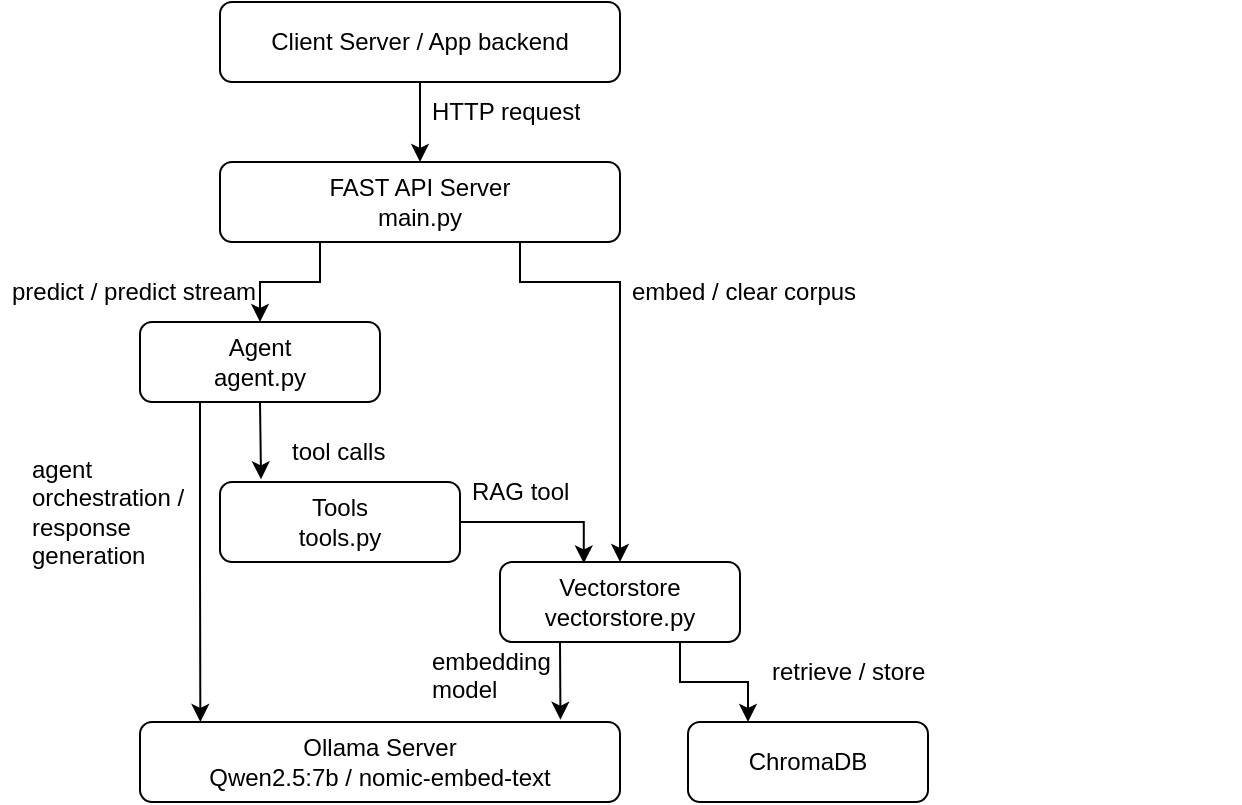
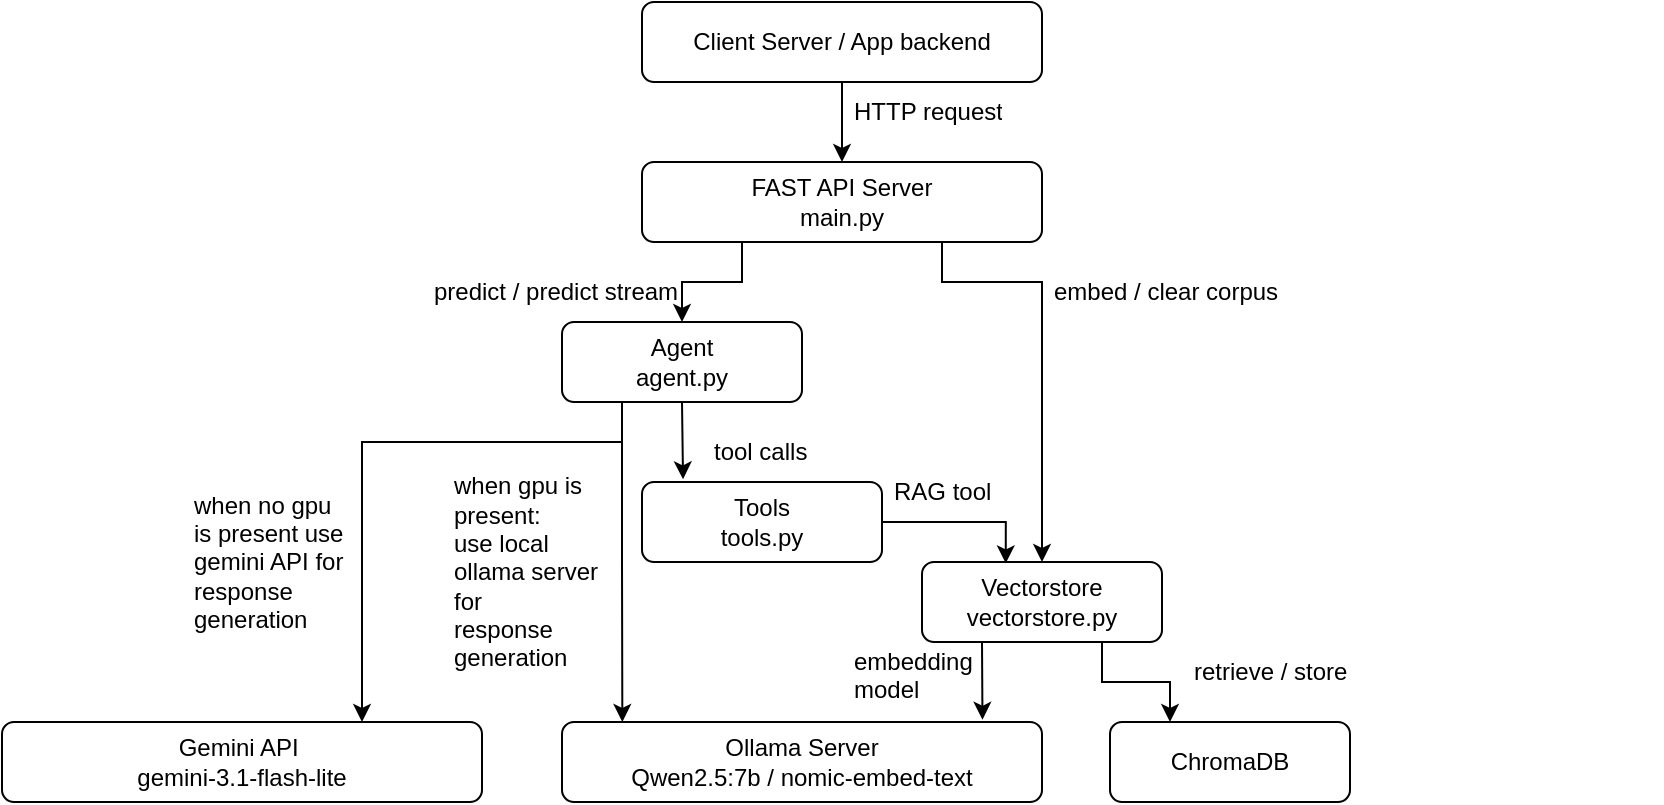
<mxfile host="Electron" agent="Mozilla/5.0 (Windows NT 10.0; Win64; x64) AppleWebKit/537.36 (KHTML, like Gecko) draw.io/26.2.2 Chrome/134.0.6998.178 Electron/35.1.2 Safari/537.36" version="26.2.2">
  <diagram id="C5RBs43oDa-KdzZeNtuy" name="Page-1">
    <mxGraphModel dx="1428" dy="841" grid="1" gridSize="10" guides="1" tooltips="1" connect="1" arrows="1" fold="1" page="1" pageScale="1" pageWidth="827" pageHeight="1169" math="0" shadow="0">
      <root>
        <mxCell id="WIyWlLk6GJQsqaUBKTNV-0" />
        <mxCell id="WIyWlLk6GJQsqaUBKTNV-1" parent="WIyWlLk6GJQsqaUBKTNV-0" />
        <mxCell id="hysvKyFLoEm_PwmH-Lzk-20" style="edgeStyle=orthogonalEdgeStyle;rounded=0;orthogonalLoop=1;jettySize=auto;html=1;exitX=0.5;exitY=1;exitDx=0;exitDy=0;entryX=0.5;entryY=0;entryDx=0;entryDy=0;" parent="WIyWlLk6GJQsqaUBKTNV-1" source="WIyWlLk6GJQsqaUBKTNV-3" target="WIyWlLk6GJQsqaUBKTNV-7" edge="1">
          <mxGeometry relative="1" as="geometry" />
        </mxCell>
        <mxCell id="WIyWlLk6GJQsqaUBKTNV-3" value="Client Server / App backend" style="rounded=1;whiteSpace=wrap;html=1;fontSize=12;glass=0;strokeWidth=1;shadow=0;" parent="WIyWlLk6GJQsqaUBKTNV-1" vertex="1">
-           <mxGeometry x="120" y="80" width="200" height="40" as="geometry" />
+           <mxGeometry x="380" y="70" width="200" height="40" as="geometry" />
        </mxCell>
        <mxCell id="hysvKyFLoEm_PwmH-Lzk-22" style="edgeStyle=orthogonalEdgeStyle;rounded=0;orthogonalLoop=1;jettySize=auto;html=1;exitX=0.75;exitY=1;exitDx=0;exitDy=0;" parent="WIyWlLk6GJQsqaUBKTNV-1" source="WIyWlLk6GJQsqaUBKTNV-7" target="hysvKyFLoEm_PwmH-Lzk-1" edge="1">
          <mxGeometry relative="1" as="geometry">
            <Array as="points">
-               <mxPoint x="270" y="220" />
-               <mxPoint x="320" y="220" />
+               <mxPoint x="530" y="210" />
+               <mxPoint x="580" y="210" />
            </Array>
          </mxGeometry>
        </mxCell>
        <mxCell id="hysvKyFLoEm_PwmH-Lzk-29" style="edgeStyle=orthogonalEdgeStyle;rounded=0;orthogonalLoop=1;jettySize=auto;html=1;exitX=0.25;exitY=1;exitDx=0;exitDy=0;entryX=0.5;entryY=0;entryDx=0;entryDy=0;" parent="WIyWlLk6GJQsqaUBKTNV-1" source="WIyWlLk6GJQsqaUBKTNV-7" target="hysvKyFLoEm_PwmH-Lzk-0" edge="1">
          <mxGeometry relative="1" as="geometry" />
        </mxCell>
        <mxCell id="WIyWlLk6GJQsqaUBKTNV-7" value="FAST API Server&lt;div&gt;main.py&lt;/div&gt;" style="rounded=1;whiteSpace=wrap;html=1;fontSize=12;glass=0;strokeWidth=1;shadow=0;" parent="WIyWlLk6GJQsqaUBKTNV-1" vertex="1">
-           <mxGeometry x="120" y="160" width="200" height="40" as="geometry" />
+           <mxGeometry x="380" y="150" width="200" height="40" as="geometry" />
        </mxCell>
        <mxCell id="hysvKyFLoEm_PwmH-Lzk-31" style="edgeStyle=orthogonalEdgeStyle;rounded=0;orthogonalLoop=1;jettySize=auto;html=1;exitX=0.25;exitY=1;exitDx=0;exitDy=0;" parent="WIyWlLk6GJQsqaUBKTNV-1" source="hysvKyFLoEm_PwmH-Lzk-0" edge="1">
          <mxGeometry relative="1" as="geometry">
-             <mxPoint x="110.17241379310349" y="440" as="targetPoint" />
+             <mxPoint x="370.1724137931035" y="430" as="targetPoint" />
          </mxGeometry>
        </mxCell>
        <mxCell id="hysvKyFLoEm_PwmH-Lzk-0" value="Agent&lt;div&gt;agent.py&lt;/div&gt;" style="rounded=1;whiteSpace=wrap;html=1;fontSize=12;glass=0;strokeWidth=1;shadow=0;" parent="WIyWlLk6GJQsqaUBKTNV-1" vertex="1">
-           <mxGeometry x="80" y="240" width="120" height="40" as="geometry" />
+           <mxGeometry x="340" y="230" width="120" height="40" as="geometry" />
        </mxCell>
        <mxCell id="hysvKyFLoEm_PwmH-Lzk-28" style="edgeStyle=orthogonalEdgeStyle;rounded=0;orthogonalLoop=1;jettySize=auto;html=1;exitX=0.75;exitY=1;exitDx=0;exitDy=0;entryX=0.25;entryY=0;entryDx=0;entryDy=0;" parent="WIyWlLk6GJQsqaUBKTNV-1" source="hysvKyFLoEm_PwmH-Lzk-1" target="hysvKyFLoEm_PwmH-Lzk-9" edge="1">
          <mxGeometry relative="1" as="geometry" />
        </mxCell>
        <mxCell id="hysvKyFLoEm_PwmH-Lzk-1" value="Vectorstore&lt;div&gt;vectorstore.py&lt;/div&gt;" style="rounded=1;whiteSpace=wrap;html=1;fontSize=12;glass=0;strokeWidth=1;shadow=0;" parent="WIyWlLk6GJQsqaUBKTNV-1" vertex="1">
-           <mxGeometry x="260" y="360" width="120" height="40" as="geometry" />
+           <mxGeometry x="520" y="350" width="120" height="40" as="geometry" />
        </mxCell>
        <mxCell id="hysvKyFLoEm_PwmH-Lzk-2" value="Ollama Server&lt;div&gt;&lt;span style=&quot;background-color: transparent; color: light-dark(rgb(0, 0, 0), rgb(255, 255, 255));&quot;&gt;Qwen2.5:7b / nomic-embed-text&lt;/span&gt;&lt;/div&gt;" style="rounded=1;whiteSpace=wrap;html=1;fontSize=12;glass=0;strokeWidth=1;shadow=0;" parent="WIyWlLk6GJQsqaUBKTNV-1" vertex="1">
-           <mxGeometry x="80" y="440" width="240" height="40" as="geometry" />
+           <mxGeometry x="340" y="430" width="240" height="40" as="geometry" />
        </mxCell>
        <mxCell id="hysvKyFLoEm_PwmH-Lzk-25" style="edgeStyle=orthogonalEdgeStyle;rounded=0;orthogonalLoop=1;jettySize=auto;html=1;exitX=1;exitY=0.5;exitDx=0;exitDy=0;entryX=0.349;entryY=0.017;entryDx=0;entryDy=0;entryPerimeter=0;" parent="WIyWlLk6GJQsqaUBKTNV-1" source="hysvKyFLoEm_PwmH-Lzk-3" target="hysvKyFLoEm_PwmH-Lzk-1" edge="1">
          <mxGeometry relative="1" as="geometry">
-             <mxPoint x="300" y="340" as="targetPoint" />
+             <mxPoint x="560" y="330" as="targetPoint" />
          </mxGeometry>
        </mxCell>
        <mxCell id="hysvKyFLoEm_PwmH-Lzk-3" value="Tools&lt;div&gt;tools.py&lt;/div&gt;" style="rounded=1;whiteSpace=wrap;html=1;fontSize=12;glass=0;strokeWidth=1;shadow=0;" parent="WIyWlLk6GJQsqaUBKTNV-1" vertex="1">
-           <mxGeometry x="120" y="320" width="120" height="40" as="geometry" />
+           <mxGeometry x="380" y="310" width="120" height="40" as="geometry" />
        </mxCell>
        <mxCell id="hysvKyFLoEm_PwmH-Lzk-9" value="ChromaDB" style="rounded=1;whiteSpace=wrap;html=1;fontSize=12;glass=0;strokeWidth=1;shadow=0;" parent="WIyWlLk6GJQsqaUBKTNV-1" vertex="1">
-           <mxGeometry x="354" y="440" width="120" height="40" as="geometry" />
+           <mxGeometry x="614" y="430" width="120" height="40" as="geometry" />
        </mxCell>
        <mxCell id="hysvKyFLoEm_PwmH-Lzk-34" style="edgeStyle=orthogonalEdgeStyle;rounded=0;orthogonalLoop=1;jettySize=auto;html=1;exitX=0.25;exitY=1;exitDx=0;exitDy=0;entryX=0.876;entryY=-0.028;entryDx=0;entryDy=0;entryPerimeter=0;" parent="WIyWlLk6GJQsqaUBKTNV-1" source="hysvKyFLoEm_PwmH-Lzk-1" target="hysvKyFLoEm_PwmH-Lzk-2" edge="1">
          <mxGeometry relative="1" as="geometry" />
        </mxCell>
        <mxCell id="hysvKyFLoEm_PwmH-Lzk-35" value="HTTP request" style="text;strokeColor=none;fillColor=none;align=left;verticalAlign=middle;spacingLeft=4;spacingRight=4;overflow=hidden;points=[[0,0.5],[1,0.5]];portConstraint=eastwest;rotatable=0;whiteSpace=wrap;html=1;" parent="WIyWlLk6GJQsqaUBKTNV-1" vertex="1">
-           <mxGeometry x="220" y="120" width="240" height="30" as="geometry" />
+           <mxGeometry x="480" y="110" width="240" height="30" as="geometry" />
        </mxCell>
        <mxCell id="hysvKyFLoEm_PwmH-Lzk-39" style="edgeStyle=orthogonalEdgeStyle;rounded=0;orthogonalLoop=1;jettySize=auto;html=1;exitX=0.5;exitY=1;exitDx=0;exitDy=0;entryX=0.171;entryY=-0.034;entryDx=0;entryDy=0;entryPerimeter=0;" parent="WIyWlLk6GJQsqaUBKTNV-1" source="hysvKyFLoEm_PwmH-Lzk-0" target="hysvKyFLoEm_PwmH-Lzk-3" edge="1">
          <mxGeometry relative="1" as="geometry" />
        </mxCell>
        <mxCell id="hysvKyFLoEm_PwmH-Lzk-45" value="embed / clear corpus&lt;span style=&quot;color: rgba(0, 0, 0, 0); font-family: monospace; font-size: 0px; text-wrap-mode: nowrap;&quot;&gt;%3CmxGraphModel%3E%3Croot%3E%3CmxCell%20id%3D%220%22%2F%3E%3CmxCell%20id%3D%221%22%20parent%3D%220%22%2F%3E%3CmxCell%20id%3D%222%22%20value%3D%22HTTP%20request%22%20style%3D%22text%3BstrokeColor%3Dnone%3BfillColor%3Dnone%3Balign%3Dleft%3BverticalAlign%3Dmiddle%3BspacingLeft%3D4%3BspacingRight%3D4%3Boverflow%3Dhidden%3Bpoints%3D%5B%5B0%2C0.5%5D%2C%5B1%2C0.5%5D%5D%3BportConstraint%3Deastwest%3Brotatable%3D0%3BwhiteSpace%3Dwrap%3Bhtml%3D1%3B%22%20vertex%3D%221%22%20parent%3D%221%22%3E%3CmxGeometry%20x%3D%22220%22%20y%3D%22120%22%20width%3D%22240%22%20height%3D%2230%22%20as%3D%22geometry%22%2F%3E%3C%2FmxCell%3E%3C%2Froot%3E%3C%2FmxGraphModel%3E&lt;/span&gt;" style="text;strokeColor=none;fillColor=none;align=left;verticalAlign=middle;spacingLeft=4;spacingRight=4;overflow=hidden;points=[[0,0.5],[1,0.5]];portConstraint=eastwest;rotatable=0;whiteSpace=wrap;html=1;" parent="WIyWlLk6GJQsqaUBKTNV-1" vertex="1">
-           <mxGeometry x="320" y="210" width="240" height="30" as="geometry" />
+           <mxGeometry x="580" y="200" width="240" height="30" as="geometry" />
        </mxCell>
        <mxCell id="hysvKyFLoEm_PwmH-Lzk-46" value="predict / predict stream" style="text;strokeColor=none;fillColor=none;align=left;verticalAlign=middle;spacingLeft=4;spacingRight=4;overflow=hidden;points=[[0,0.5],[1,0.5]];portConstraint=eastwest;rotatable=0;whiteSpace=wrap;html=1;" parent="WIyWlLk6GJQsqaUBKTNV-1" vertex="1">
-           <mxGeometry x="10" y="210" width="240" height="30" as="geometry" />
+           <mxGeometry x="270" y="200" width="240" height="30" as="geometry" />
        </mxCell>
        <mxCell id="hysvKyFLoEm_PwmH-Lzk-47" value="retrieve / store" style="text;strokeColor=none;fillColor=none;align=left;verticalAlign=middle;spacingLeft=4;spacingRight=4;overflow=hidden;points=[[0,0.5],[1,0.5]];portConstraint=eastwest;rotatable=0;whiteSpace=wrap;html=1;" parent="WIyWlLk6GJQsqaUBKTNV-1" vertex="1">
-           <mxGeometry x="390" y="400" width="240" height="30" as="geometry" />
+           <mxGeometry x="650" y="390" width="240" height="30" as="geometry" />
        </mxCell>
-         <mxCell id="hysvKyFLoEm_PwmH-Lzk-48" value="agent orchestration / response generation" style="text;strokeColor=none;fillColor=none;align=left;verticalAlign=middle;spacingLeft=4;spacingRight=4;overflow=hidden;points=[[0,0.5],[1,0.5]];portConstraint=eastwest;rotatable=0;whiteSpace=wrap;html=1;" parent="WIyWlLk6GJQsqaUBKTNV-1" vertex="1">
-           <mxGeometry x="20" y="300" width="90" height="70" as="geometry" />
+         <mxCell id="hysvKyFLoEm_PwmH-Lzk-48" value="when gpu is present:&lt;div&gt;use local ollama server for&amp;nbsp;&lt;br&gt;&lt;div&gt;response generation&lt;/div&gt;&lt;/div&gt;" style="text;strokeColor=none;fillColor=none;align=left;verticalAlign=middle;spacingLeft=4;spacingRight=4;overflow=hidden;points=[[0,0.5],[1,0.5]];portConstraint=eastwest;rotatable=0;whiteSpace=wrap;html=1;" parent="WIyWlLk6GJQsqaUBKTNV-1" vertex="1">
+           <mxGeometry x="280" y="290" width="90" height="130" as="geometry" />
        </mxCell>
        <mxCell id="hysvKyFLoEm_PwmH-Lzk-49" value="tool calls" style="text;strokeColor=none;fillColor=none;align=left;verticalAlign=middle;spacingLeft=4;spacingRight=4;overflow=hidden;points=[[0,0.5],[1,0.5]];portConstraint=eastwest;rotatable=0;whiteSpace=wrap;html=1;" parent="WIyWlLk6GJQsqaUBKTNV-1" vertex="1">
-           <mxGeometry x="150" y="290" width="60" height="30" as="geometry" />
+           <mxGeometry x="410" y="280" width="60" height="30" as="geometry" />
        </mxCell>
        <mxCell id="hysvKyFLoEm_PwmH-Lzk-50" value="RAG tool" style="text;strokeColor=none;fillColor=none;align=left;verticalAlign=middle;spacingLeft=4;spacingRight=4;overflow=hidden;points=[[0,0.5],[1,0.5]];portConstraint=eastwest;rotatable=0;whiteSpace=wrap;html=1;" parent="WIyWlLk6GJQsqaUBKTNV-1" vertex="1">
-           <mxGeometry x="240" y="310" width="60" height="30" as="geometry" />
+           <mxGeometry x="500" y="300" width="60" height="30" as="geometry" />
        </mxCell>
        <mxCell id="hysvKyFLoEm_PwmH-Lzk-52" value="embedding model" style="text;strokeColor=none;fillColor=none;align=left;verticalAlign=middle;spacingLeft=4;spacingRight=4;overflow=hidden;points=[[0,0.5],[1,0.5]];portConstraint=eastwest;rotatable=0;whiteSpace=wrap;html=1;" parent="WIyWlLk6GJQsqaUBKTNV-1" vertex="1">
-           <mxGeometry x="220" y="400" width="90" height="30" as="geometry" />
+           <mxGeometry x="480" y="390" width="90" height="30" as="geometry" />
+         </mxCell>
+         <mxCell id="UoDf5N1w-RRINRICrYpu-0" value="Gemini API&amp;nbsp;&lt;div&gt;gemini-3.1-flash-lite&lt;/div&gt;" style="rounded=1;whiteSpace=wrap;html=1;fontSize=12;glass=0;strokeWidth=1;shadow=0;" parent="WIyWlLk6GJQsqaUBKTNV-1" vertex="1">
+           <mxGeometry x="60" y="430" width="240" height="40" as="geometry" />
+         </mxCell>
+         <mxCell id="UoDf5N1w-RRINRICrYpu-1" style="edgeStyle=orthogonalEdgeStyle;rounded=0;orthogonalLoop=1;jettySize=auto;html=1;exitX=0.25;exitY=1;exitDx=0;exitDy=0;entryX=0.75;entryY=0;entryDx=0;entryDy=0;" parent="WIyWlLk6GJQsqaUBKTNV-1" source="hysvKyFLoEm_PwmH-Lzk-0" target="UoDf5N1w-RRINRICrYpu-0" edge="1">
+           <mxGeometry relative="1" as="geometry">
+             <mxPoint x="210.1724137931035" y="395" as="targetPoint" />
+             <mxPoint x="210" y="235" as="sourcePoint" />
+             <Array as="points">
+               <mxPoint x="370" y="290" />
+               <mxPoint x="240" y="290" />
+             </Array>
+           </mxGeometry>
+         </mxCell>
+         <mxCell id="UoDf5N1w-RRINRICrYpu-2" value="when no gpu is present use gemini API for response generation" style="text;strokeColor=none;fillColor=none;align=left;verticalAlign=middle;spacingLeft=4;spacingRight=4;overflow=hidden;points=[[0,0.5],[1,0.5]];portConstraint=eastwest;rotatable=0;whiteSpace=wrap;html=1;" parent="WIyWlLk6GJQsqaUBKTNV-1" vertex="1">
+           <mxGeometry x="150" y="300" width="90" height="100" as="geometry" />
        </mxCell>
      </root>
    </mxGraphModel>
  </diagram>
</mxfile>
